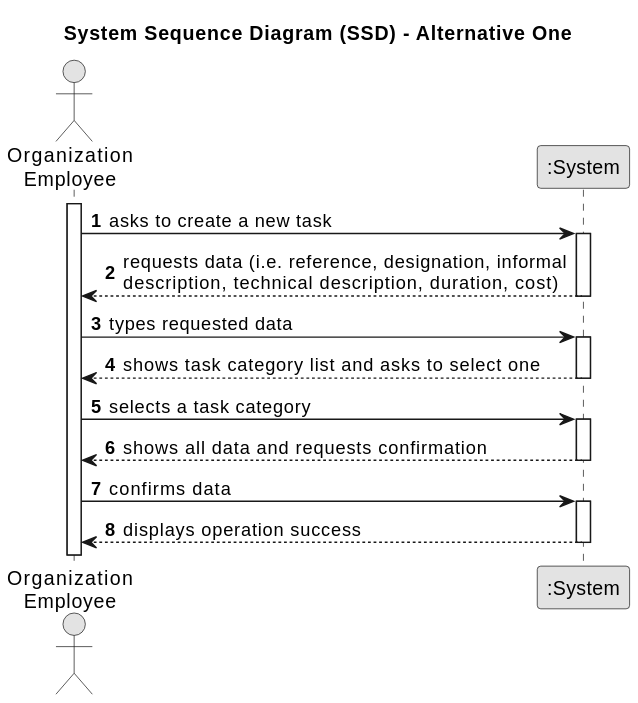
Earlier version of the PlantUML export docs/sprintA/us002/01.requirements-engineering/svg/us002-system-sequence-diagram-alternative-one.svg (tiagosoa/lei-24-s2-1dgh-g073).
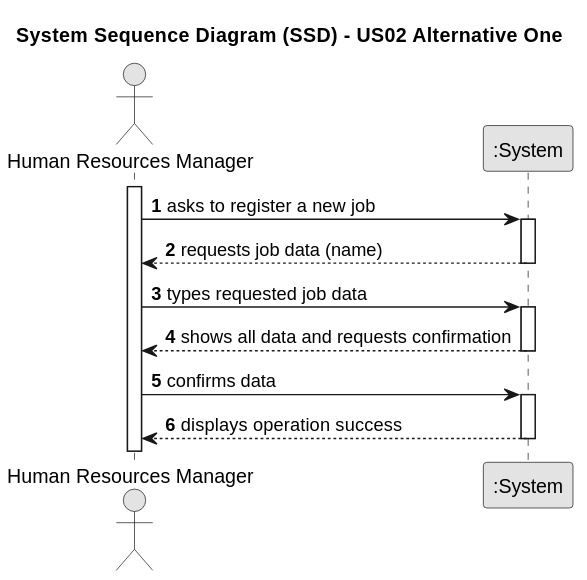
The same file after the commit.

Change to the diagram source:
```diff
@@ -3,31 +3,25 @@
 skinparam packageStyle rectangle
 skinparam shadowing false
 
-title System Sequence Diagram (SSD) - Alternative One
+title System Sequence Diagram (SSD) - US02 Alternative One
 
 autonumber
 
-actor "Organization\nEmployee" as Employee
+actor "Human Resources Manager" as Employee
 participant ":System" as System
 
 activate Employee
 
-    Employee -> System : asks to create a new task
+    Employee -> System : asks to register a new job
     activate System
 
-        System --> Employee : requests data (i.e. reference, designation, informal\ndescription, technical description, duration, cost)
+        System --> Employee : requests job data (name)
     deactivate System
 
-    Employee -> System : types requested data
+    Employee -> System : types requested job data
     activate System
 
-        System --> Employee : shows task category list and asks to select one
-    deactivate System
-
-    Employee -> System : selects a task category
-    activate System
-
-        System --> Employee : shows all data and requests confirmation
+    System --> Employee : shows all data and requests confirmation
     deactivate System
 
     Employee -> System : confirms data
```
